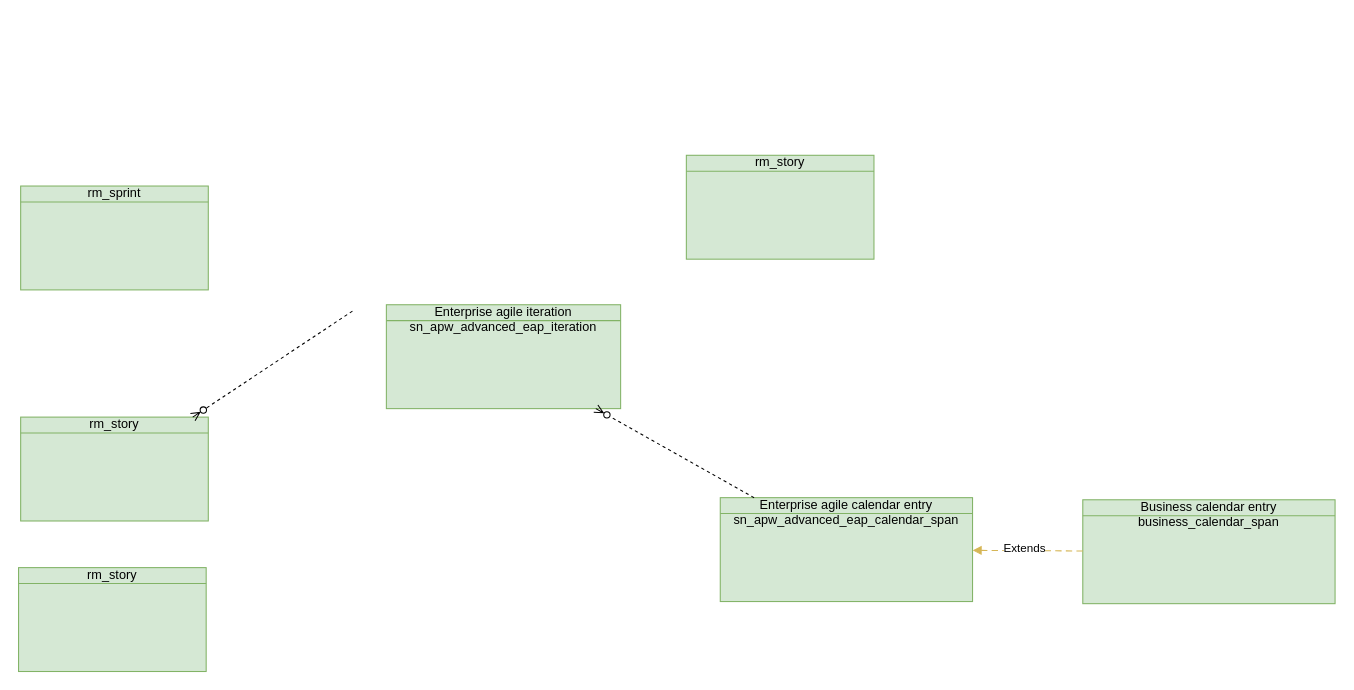
This is BoschEAP.drawio from algimas/tmp, a draw.io file, before an edit. Source tidied: cells renumbered, new cells numbered last; positions are measured from the earlier drawing's top-left corner, leaving out a move shared by most shapes. Both pictures are drawn from the tidied source at 106%, with x=0, y=0 at pixel (18, 155).
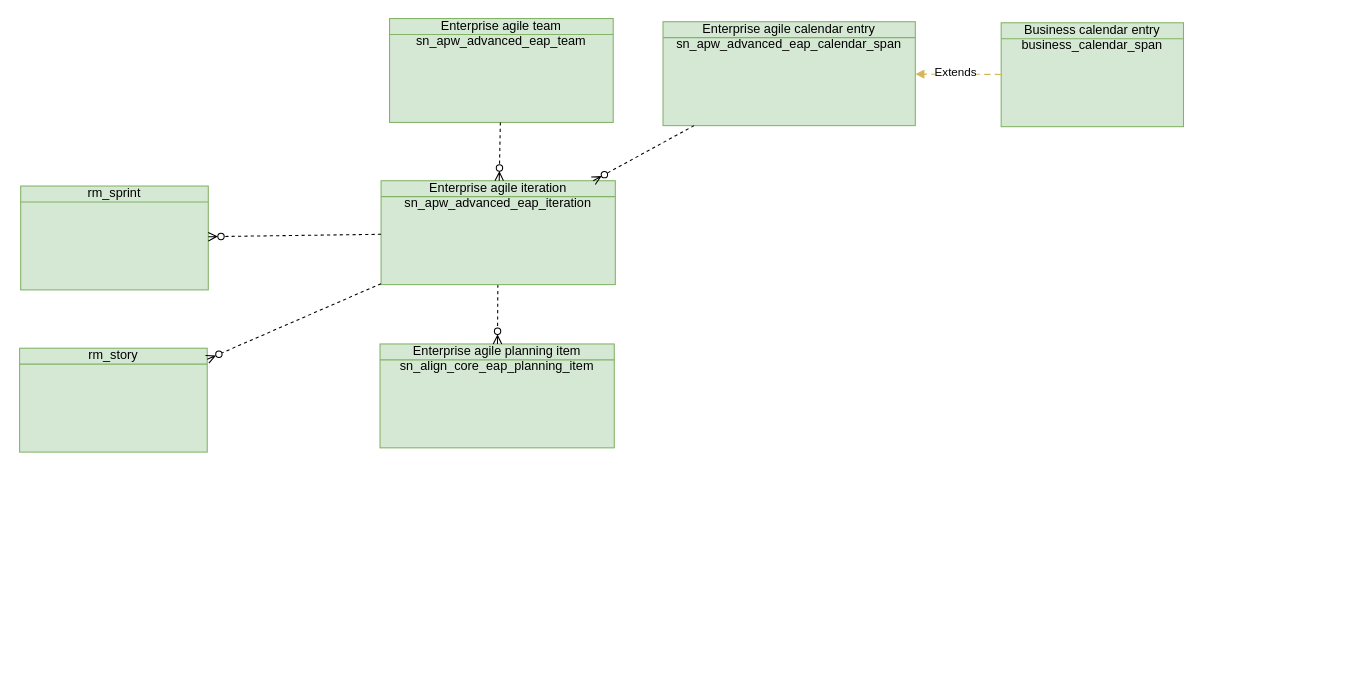
The same page after the edit.

Diff of the diagram source:
```diff
@@
 <mxGraphModel>
   <root>
     <mxCell id="0" />
     <mxCell id="1" parent="0" />
     <mxCell id="2" value="rm_sprint" style="html=1;outlineConnect=0;whiteSpace=wrap;fillColor=#d5e8d4;shape=mxgraph.archimate3.businessObject;overflow=fill;strokeColor=#82b366;" parent="1" vertex="1">
       <mxGeometry x="2" y="29" width="177" height="98" as="geometry" />
     </mxCell>
-    <mxCell id="3" value="rm_story" style="html=1;outlineConnect=0;whiteSpace=wrap;fillColor=#d5e8d4;shape=mxgraph.archimate3.businessObject;overflow=fill;strokeColor=#82b366;" parent="1" vertex="1">
-      <mxGeometry x="2" y="247" width="177" height="98" as="geometry" />
+    <mxCell id="3" value="Enterprise agile planning item sn_align_core_eap_planning_item" style="html=1;outlineConnect=0;whiteSpace=wrap;fillColor=#d5e8d4;shape=mxgraph.archimate3.businessObject;overflow=fill;strokeColor=#82b366;" parent="1" vertex="1">
+      <mxGeometry x="341" y="178" width="221" height="98" as="geometry" />
     </mxCell>
-    <mxCell id="4" style="html=1;dashed=1;labelBackgroundColor=none;startArrow=none;endArrow=ERzeroToMany;fontFamily=Verdana;fontSize=12;align=left;startFill=0;endFill=0;" parent="1" edge="1" target="3">
-      <mxGeometry relative="1" as="geometry">
-        <mxPoint x="315" y="147" as="sourcePoint" />
-      </mxGeometry>
+    <mxCell id="4" style="html=1;dashed=1;labelBackgroundColor=none;startArrow=none;endArrow=ERzeroToMany;fontFamily=Verdana;fontSize=12;align=left;startFill=0;endFill=0;" parent="1" edge="1" source="6" target="3">
+      <mxGeometry relative="1" as="geometry" />
     </mxCell>
     <mxCell id="5" value="rm_story" style="html=1;outlineConnect=0;whiteSpace=wrap;fillColor=#d5e8d4;shape=mxgraph.archimate3.businessObject;overflow=fill;strokeColor=#82b366;" parent="1" vertex="1">
-      <mxGeometry y="389" width="177" height="98" as="geometry" />
+      <mxGeometry x="1" y="182" width="177" height="98" as="geometry" />
     </mxCell>
     <mxCell id="6" value="Enterprise agile iteration sn_apw_advanced_eap_iteration" style="html=1;outlineConnect=0;whiteSpace=wrap;fillColor=#d5e8d4;shape=mxgraph.archimate3.businessObject;overflow=fill;strokeColor=#82b366;" parent="1" vertex="1">
-      <mxGeometry x="347" y="141" width="221" height="98" as="geometry" />
+      <mxGeometry x="342" y="24" width="221" height="98" as="geometry" />
     </mxCell>
-    <mxCell id="7" value="rm_story" style="html=1;outlineConnect=0;whiteSpace=wrap;fillColor=#d5e8d4;shape=mxgraph.archimate3.businessObject;overflow=fill;strokeColor=#82b366;" parent="1" vertex="1">
-      <mxGeometry x="630" width="177" height="98" as="geometry" />
+    <mxCell id="7" value="Enterprise agile team sn_apw_advanced_eap_team" style="html=1;outlineConnect=0;whiteSpace=wrap;fillColor=#d5e8d4;shape=mxgraph.archimate3.businessObject;overflow=fill;strokeColor=#82b366;" parent="1" vertex="1">
+      <mxGeometry x="350" y="-129" width="211" height="98" as="geometry" />
     </mxCell>
     <mxCell id="8" value="&lt;div&gt;Enterprise agile calendar entry&lt;/div&gt;sn_apw_advanced_eap_calendar_span" style="html=1;outlineConnect=0;whiteSpace=wrap;fillColor=#d5e8d4;shape=mxgraph.archimate3.businessObject;overflow=fill;strokeColor=#82b366;" parent="1" vertex="1">
-      <mxGeometry x="662" y="323" width="238" height="98" as="geometry" />
+      <mxGeometry x="608" y="-126" width="238" height="98" as="geometry" />
     </mxCell>
     <mxCell id="9" value="&lt;div&gt;Business calendar entry&lt;/div&gt;business_calendar_span" style="html=1;outlineConnect=0;whiteSpace=wrap;fillColor=#d5e8d4;shape=mxgraph.archimate3.businessObject;overflow=fill;strokeColor=#82b366;" parent="1" vertex="1">
-      <mxGeometry x="1004" y="325" width="238" height="98" as="geometry" />
+      <mxGeometry x="927" y="-125" width="172" height="98" as="geometry" />
     </mxCell>
     <mxCell id="10" style="html=1;endArrow=block;dashed=1;elbow=vertical;endFill=1;dashPattern=6 4;rounded=0;fontSize=12;fillColor=#fff2cc;strokeColor=#d6b656;" parent="1" edge="1" source="9" target="8">
       <mxGeometry relative="1" as="geometry" />
     </mxCell>
     <mxCell id="11" value="Extends" style="edgeLabel;html=1;align=center;verticalAlign=middle;" parent="10" vertex="1">
       <mxGeometry x="0.08" y="-2" relative="1" as="geometry" />
     </mxCell>
     <mxCell id="12" style="html=1;dashed=1;labelBackgroundColor=none;startArrow=none;endArrow=ERzeroToMany;fontFamily=Verdana;fontSize=12;align=left;startFill=0;endFill=0;" parent="1" edge="1" source="8" target="6">
       <mxGeometry relative="1" as="geometry" />
     </mxCell>
+    <mxCell id="13" style="html=1;dashed=1;labelBackgroundColor=none;startArrow=none;endArrow=ERzeroToMany;fontFamily=Verdana;fontSize=12;align=left;startFill=0;endFill=0;" parent="1" edge="1" source="6" target="5">
+      <mxGeometry relative="1" as="geometry" />
+    </mxCell>
+    <mxCell id="14" style="html=1;dashed=1;labelBackgroundColor=none;startArrow=none;endArrow=ERzeroToMany;fontFamily=Verdana;fontSize=12;align=left;startFill=0;endFill=0;" parent="1" edge="1" source="6" target="2">
+      <mxGeometry relative="1" as="geometry" />
+    </mxCell>
+    <mxCell id="15" style="html=1;dashed=1;labelBackgroundColor=none;startArrow=none;endArrow=ERzeroToMany;fontFamily=Verdana;fontSize=12;align=left;startFill=0;endFill=0;" parent="1" edge="1" source="7" target="6">
+      <mxGeometry relative="1" as="geometry" />
+    </mxCell>
   </root>
 </mxGraphModel>
```
